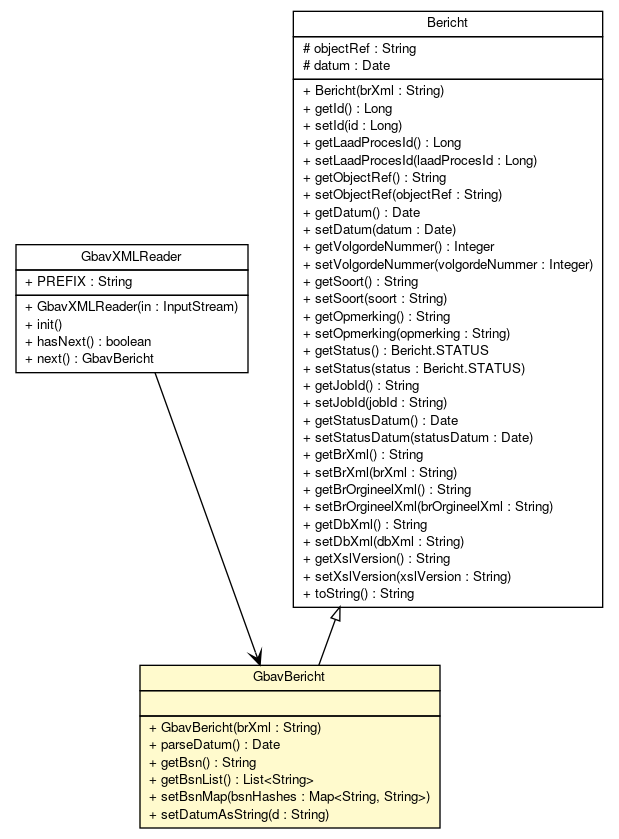
The Graphviz diagram brmo-loader/apidocs/nl/b3p/brmo/loader/entity/GbavBericht.png in B3Partners/brmo, before a commit. Its source is kept beside it as brmo-loader/apidocs/nl/b3p/brmo/loader/entity/GbavBericht.dot. The source it was exported from:
```dot

digraph G {
	edge [fontname="Helvetica",fontsize=10,labelfontname="Helvetica",labelfontsize=10];
	node [fontname="Helvetica",fontsize=10,shape=plaintext];
	nodesep=0.25;
	ranksep=0.5;
	c1824 [label=<<table title="nl.b3p.brmo.loader.xml.GbavXMLReader" border="0" cellborder="1" cellspacing="0" cellpadding="2" port="p" href="../xml/GbavXMLReader.html">
		<tr><td><table border="0" cellspacing="0" cellpadding="1">
<tr><td align="center" balign="center"> GbavXMLReader </td></tr>
		</table></td></tr>
		<tr><td><table border="0" cellspacing="0" cellpadding="1">
<tr><td align="left" balign="left"> + PREFIX : String </td></tr>
		</table></td></tr>
		<tr><td><table border="0" cellspacing="0" cellpadding="1">
<tr><td align="left" balign="left"> + GbavXMLReader(in : InputStream) </td></tr>
<tr><td align="left" balign="left"> + init() </td></tr>
<tr><td align="left" balign="left"> + hasNext() : boolean </td></tr>
<tr><td align="left" balign="left"> + next() : GbavBericht </td></tr>
		</table></td></tr>
		</table>>, URL="../xml/GbavXMLReader.html", fontname="Helvetica", fontcolor="black", fontsize=10.0];
	c1843 [label=<<table title="nl.b3p.brmo.loader.entity.GbavBericht" border="0" cellborder="1" cellspacing="0" cellpadding="2" port="p" bgcolor="lemonChiffon" href="./GbavBericht.html">
		<tr><td><table border="0" cellspacing="0" cellpadding="1">
<tr><td align="center" balign="center"> GbavBericht </td></tr>
		</table></td></tr>
		<tr><td><table border="0" cellspacing="0" cellpadding="1">
<tr><td align="left" balign="left">  </td></tr>
		</table></td></tr>
		<tr><td><table border="0" cellspacing="0" cellpadding="1">
<tr><td align="left" balign="left"> + GbavBericht(brXml : String) </td></tr>
<tr><td align="left" balign="left"> + parseDatum() : Date </td></tr>
<tr><td align="left" balign="left"> + getBsn() : String </td></tr>
<tr><td align="left" balign="left"> + getBsnList() : List&lt;String&gt; </td></tr>
<tr><td align="left" balign="left"> + setBsnMap(bsnHashes : Map&lt;String, String&gt;) </td></tr>
<tr><td align="left" balign="left"> + setDatumAsString(d : String) </td></tr>
		</table></td></tr>
		</table>>, URL="./GbavBericht.html", fontname="Helvetica", fontcolor="black", fontsize=10.0];
	c1844 [label=<<table title="nl.b3p.brmo.loader.entity.Bericht" border="0" cellborder="1" cellspacing="0" cellpadding="2" port="p" href="./Bericht.html">
		<tr><td><table border="0" cellspacing="0" cellpadding="1">
<tr><td align="center" balign="center"> Bericht </td></tr>
		</table></td></tr>
		<tr><td><table border="0" cellspacing="0" cellpadding="1">
<tr><td align="left" balign="left"> # objectRef : String </td></tr>
<tr><td align="left" balign="left"> # datum : Date </td></tr>
		</table></td></tr>
		<tr><td><table border="0" cellspacing="0" cellpadding="1">
<tr><td align="left" balign="left"> + Bericht(brXml : String) </td></tr>
<tr><td align="left" balign="left"> + getId() : Long </td></tr>
<tr><td align="left" balign="left"> + setId(id : Long) </td></tr>
<tr><td align="left" balign="left"> + getLaadProcesId() : Long </td></tr>
<tr><td align="left" balign="left"> + setLaadProcesId(laadProcesId : Long) </td></tr>
<tr><td align="left" balign="left"> + getObjectRef() : String </td></tr>
<tr><td align="left" balign="left"> + setObjectRef(objectRef : String) </td></tr>
<tr><td align="left" balign="left"> + getDatum() : Date </td></tr>
<tr><td align="left" balign="left"> + setDatum(datum : Date) </td></tr>
<tr><td align="left" balign="left"> + getVolgordeNummer() : Integer </td></tr>
<tr><td align="left" balign="left"> + setVolgordeNummer(volgordeNummer : Integer) </td></tr>
<tr><td align="left" balign="left"> + getSoort() : String </td></tr>
<tr><td align="left" balign="left"> + setSoort(soort : String) </td></tr>
<tr><td align="left" balign="left"> + getOpmerking() : String </td></tr>
<tr><td align="left" balign="left"> + setOpmerking(opmerking : String) </td></tr>
<tr><td align="left" balign="left"> + getStatus() : Bericht.STATUS </td></tr>
<tr><td align="left" balign="left"> + setStatus(status : Bericht.STATUS) </td></tr>
<tr><td align="left" balign="left"> + getJobId() : String </td></tr>
<tr><td align="left" balign="left"> + setJobId(jobId : String) </td></tr>
<tr><td align="left" balign="left"> + getStatusDatum() : Date </td></tr>
<tr><td align="left" balign="left"> + setStatusDatum(statusDatum : Date) </td></tr>
<tr><td align="left" balign="left"> + getBrXml() : String </td></tr>
<tr><td align="left" balign="left"> + setBrXml(brXml : String) </td></tr>
<tr><td align="left" balign="left"> + getBrOrgineelXml() : String </td></tr>
<tr><td align="left" balign="left"> + setBrOrgineelXml(brOrgineelXml : String) </td></tr>
<tr><td align="left" balign="left"> + getDbXml() : String </td></tr>
<tr><td align="left" balign="left"> + setDbXml(dbXml : String) </td></tr>
<tr><td align="left" balign="left"> + getXslVersion() : String </td></tr>
<tr><td align="left" balign="left"> + setXslVersion(xslVersion : String) </td></tr>
<tr><td align="left" balign="left"> + toString() : String </td></tr>
		</table></td></tr>
		</table>>, URL="./Bericht.html", fontname="Helvetica", fontcolor="black", fontsize=10.0];
	c1844:p -> c1843:p [dir=back,arrowtail=empty];
	c1824:p -> c1843:p [taillabel="", label="", headlabel="", fontname="Helvetica", fontcolor="black", fontsize=10.0, color="black", arrowhead=open];
}
```
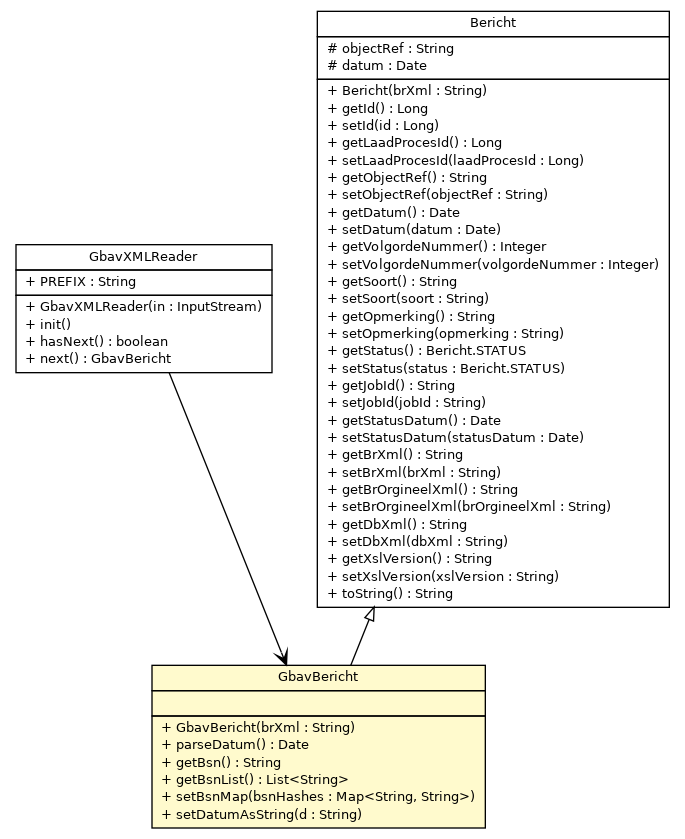
After the commit.

Change to the diagram source:
```diff
@@ -4,7 +4,7 @@
 	node [fontname="Helvetica",fontsize=10,shape=plaintext];
 	nodesep=0.25;
 	ranksep=0.5;
-	c1824 [label=<<table title="nl.b3p.brmo.loader.xml.GbavXMLReader" border="0" cellborder="1" cellspacing="0" cellpadding="2" port="p" href="../xml/GbavXMLReader.html">
+	c1826 [label=<<table title="nl.b3p.brmo.loader.xml.GbavXMLReader" border="0" cellborder="1" cellspacing="0" cellpadding="2" port="p" href="../xml/GbavXMLReader.html">
 		<tr><td><table border="0" cellspacing="0" cellpadding="1">
 <tr><td align="center" balign="center"> GbavXMLReader </td></tr>
 		</table></td></tr>
@@ -18,7 +18,7 @@
 <tr><td align="left" balign="left"> + next() : GbavBericht </td></tr>
 		</table></td></tr>
 		</table>>, URL="../xml/GbavXMLReader.html", fontname="Helvetica", fontcolor="black", fontsize=10.0];
-	c1843 [label=<<table title="nl.b3p.brmo.loader.entity.GbavBericht" border="0" cellborder="1" cellspacing="0" cellpadding="2" port="p" bgcolor="lemonChiffon" href="./GbavBericht.html">
+	c1837 [label=<<table title="nl.b3p.brmo.loader.entity.GbavBericht" border="0" cellborder="1" cellspacing="0" cellpadding="2" port="p" bgcolor="lemonChiffon" href="./GbavBericht.html">
 		<tr><td><table border="0" cellspacing="0" cellpadding="1">
 <tr><td align="center" balign="center"> GbavBericht </td></tr>
 		</table></td></tr>
@@ -34,7 +34,7 @@
 <tr><td align="left" balign="left"> + setDatumAsString(d : String) </td></tr>
 		</table></td></tr>
 		</table>>, URL="./GbavBericht.html", fontname="Helvetica", fontcolor="black", fontsize=10.0];
-	c1844 [label=<<table title="nl.b3p.brmo.loader.entity.Bericht" border="0" cellborder="1" cellspacing="0" cellpadding="2" port="p" href="./Bericht.html">
+	c1839 [label=<<table title="nl.b3p.brmo.loader.entity.Bericht" border="0" cellborder="1" cellspacing="0" cellpadding="2" port="p" href="./Bericht.html">
 		<tr><td><table border="0" cellspacing="0" cellpadding="1">
 <tr><td align="center" balign="center"> Bericht </td></tr>
 		</table></td></tr>
@@ -75,6 +75,6 @@
 <tr><td align="left" balign="left"> + toString() : String </td></tr>
 		</table></td></tr>
 		</table>>, URL="./Bericht.html", fontname="Helvetica", fontcolor="black", fontsize=10.0];
-	c1844:p -> c1843:p [dir=back,arrowtail=empty];
-	c1824:p -> c1843:p [taillabel="", label="", headlabel="", fontname="Helvetica", fontcolor="black", fontsize=10.0, color="black", arrowhead=open];
+	c1839:p -> c1837:p [dir=back,arrowtail=empty];
+	c1826:p -> c1837:p [taillabel="", label="", headlabel="", fontname="Helvetica", fontcolor="black", fontsize=10.0, color="black", arrowhead=open];
 }
```
